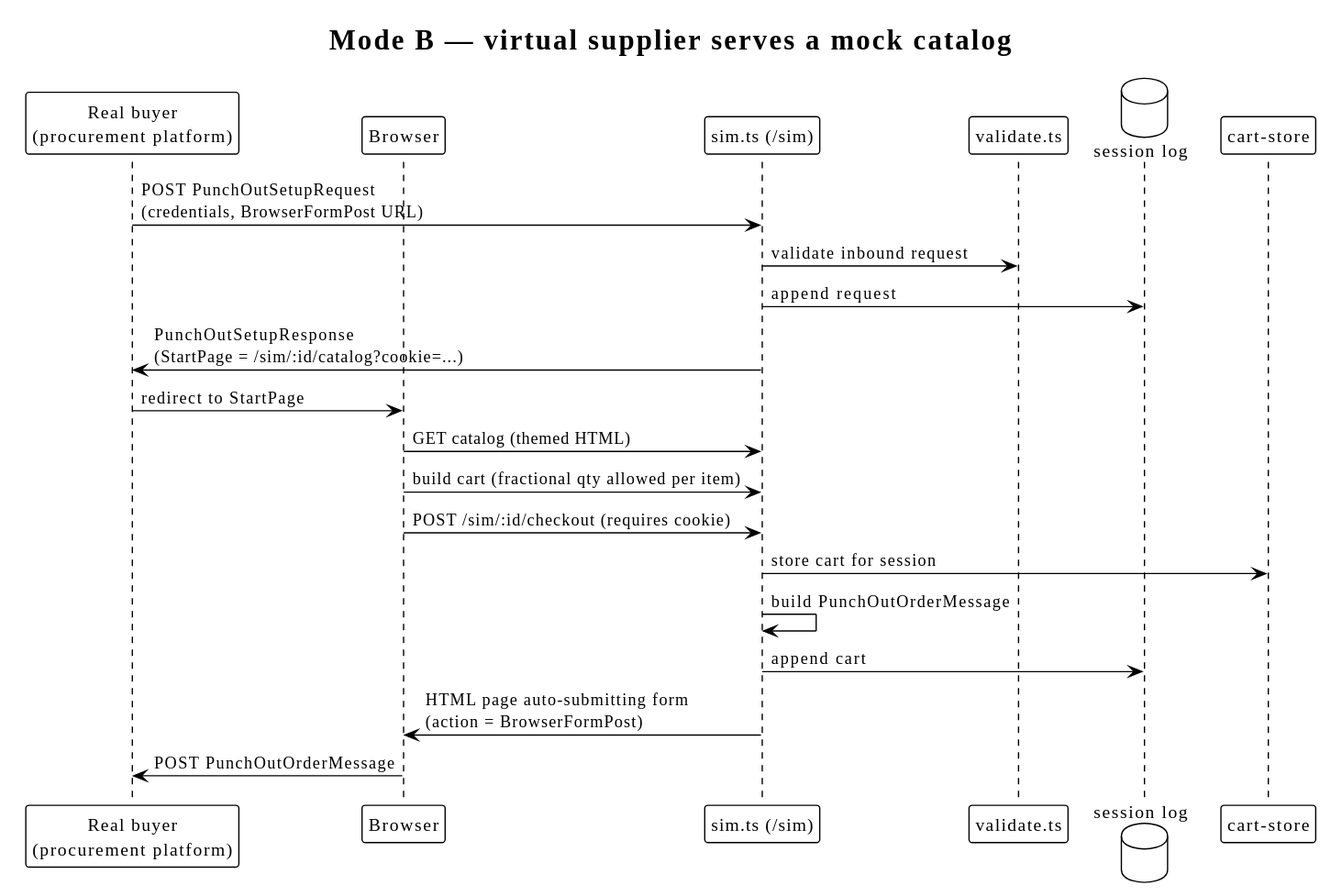
Above: docs/diagrams/mode-b-sequence.svg in slawomir-szostak/punchout-simulator (PlantUML), before the change. The source it was exported from:
```plantuml
@startuml
!theme plain
title Mode B — virtual supplier serves a mock catalog

participant "Real buyer\n(procurement platform)" as Buyer
participant "Browser" as Br
participant "sim.ts (/sim)" as Sim
participant "validate.ts" as Val
database "session log" as Log
participant "cart-store" as Cart

Buyer -> Sim : POST PunchOutSetupRequest\n(credentials, BrowserFormPost URL)
Sim -> Val : validate inbound request
Sim -> Log : append request
Sim -> Buyer : PunchOutSetupResponse\n(StartPage = /sim/:id/catalog?cookie=...)

Buyer -> Br : redirect to StartPage
Br -> Sim : GET catalog (themed HTML)
Br -> Sim : build cart (fractional qty allowed per item)
Br -> Sim : POST /sim/:id/checkout (requires cookie)
Sim -> Cart : store cart for session
Sim -> Sim : build PunchOutOrderMessage
Sim -> Log : append cart
Sim -> Br : HTML page auto-submitting form\n(action = BrowserFormPost)
Br -> Buyer : POST PunchOutOrderMessage
@enduml
```
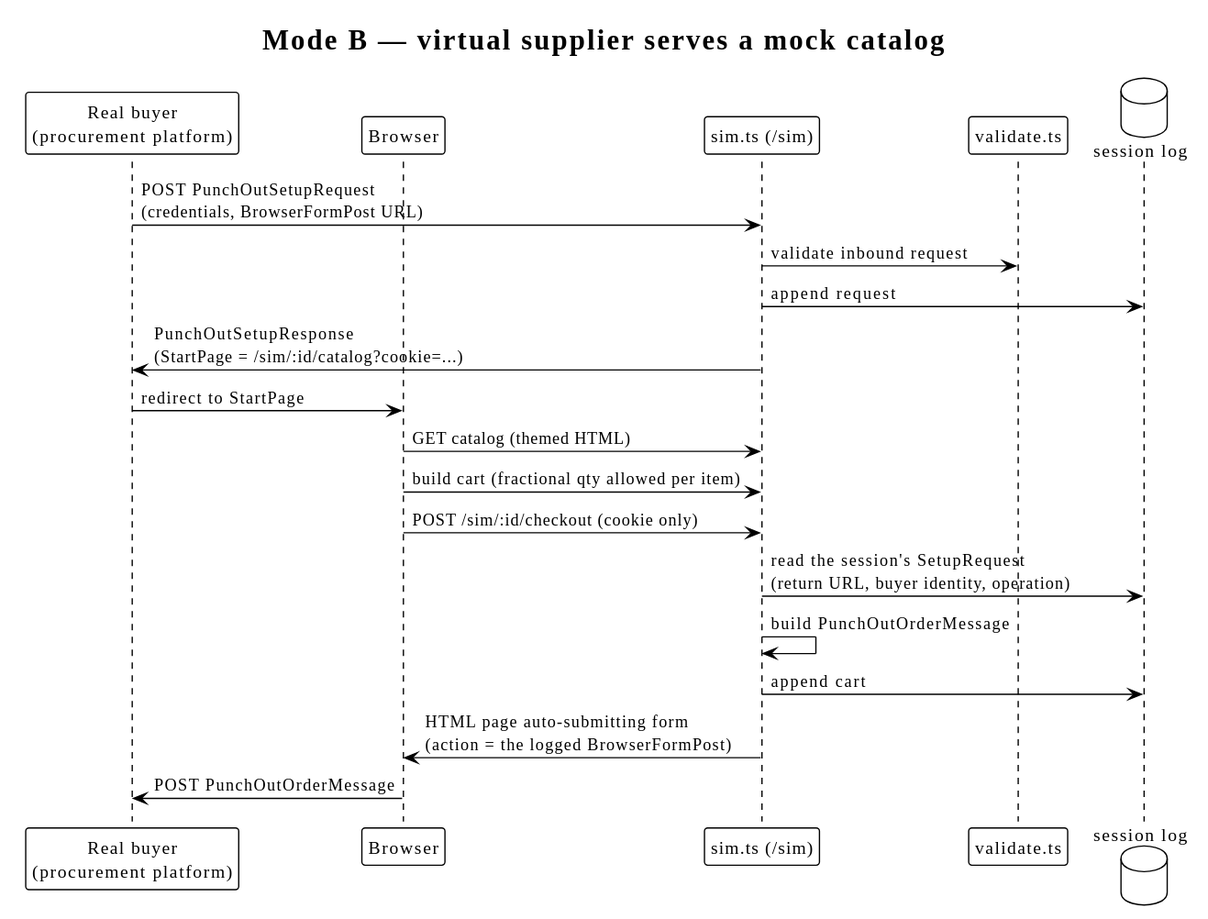
After the commit.

Diff of the diagram source:
```diff
@@ -7,7 +7,6 @@
 participant "sim.ts (/sim)" as Sim
 participant "validate.ts" as Val
 database "session log" as Log
-participant "cart-store" as Cart
 
 Buyer -> Sim : POST PunchOutSetupRequest\n(credentials, BrowserFormPost URL)
 Sim -> Val : validate inbound request
@@ -17,10 +16,10 @@
 Buyer -> Br : redirect to StartPage
 Br -> Sim : GET catalog (themed HTML)
 Br -> Sim : build cart (fractional qty allowed per item)
-Br -> Sim : POST /sim/:id/checkout (requires cookie)
-Sim -> Cart : store cart for session
+Br -> Sim : POST /sim/:id/checkout (cookie only)
+Sim -> Log : read the session's SetupRequest\n(return URL, buyer identity, operation)
 Sim -> Sim : build PunchOutOrderMessage
 Sim -> Log : append cart
-Sim -> Br : HTML page auto-submitting form\n(action = BrowserFormPost)
+Sim -> Br : HTML page auto-submitting form\n(action = the logged BrowserFormPost)
 Br -> Buyer : POST PunchOutOrderMessage
 @enduml
```
